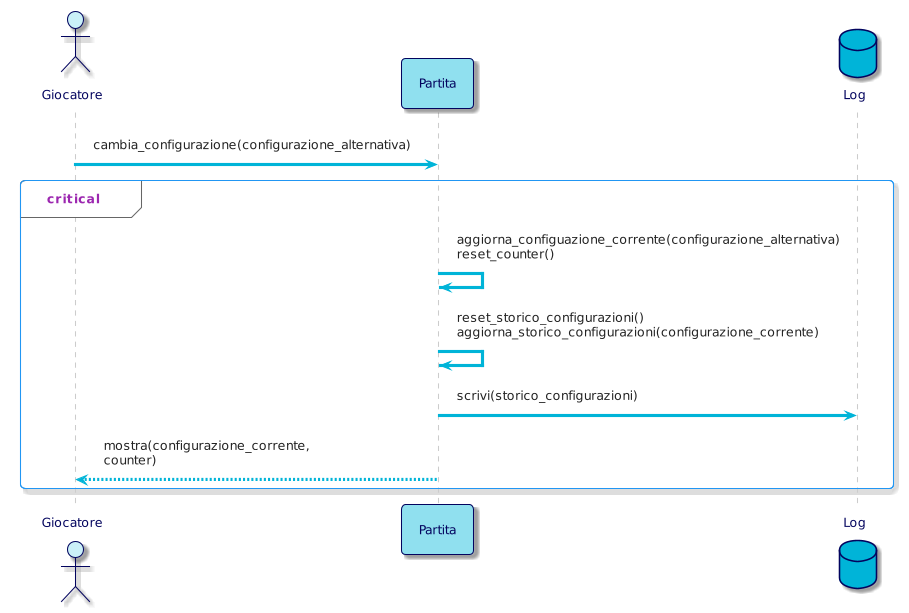
bellins14/klotski_gruppo2 keeps this PlantUML diagram as resources/img/diagrams/InternalSequenceDiagram3.png. Above is the earlier version. The source it was exported from:
```plantuml
@startuml
!theme materia-outline

skinparam ArrowColor #00B4D8
skinparam ActorBorderColor #03045E
skinparam ActorFontColor #03045E
skinparam ActorBackgroundColor #CAF0F8
skinparam ParticipantFontColor #03045E
skinparam ParticipantBorderColor #03045E
skinparam ParticipantBackgroundColor #90E0EF
skinparam DatabaseBorderColor #03045E
skinparam DatabaseBackgroundColor #00B4D8
skinparam DatabaseFontColor #03045E

actor Giocatore
participant Partita
database Log

Giocatore -> Partita: cambia_configurazione(configurazione_alternativa)

critical
  Partita -> Partita: aggiorna_configuazione_corrente(configurazione_alternativa)\nreset_counter()
  Partita -> Partita: reset_storico_configurazioni() \naggiorna_storico_configurazioni(configurazione_corrente)
  Partita -> Log: scrivi(storico_configurazioni)


  Partita-->Giocatore: mostra(configurazione_corrente,\ncounter)
end
@enduml
```
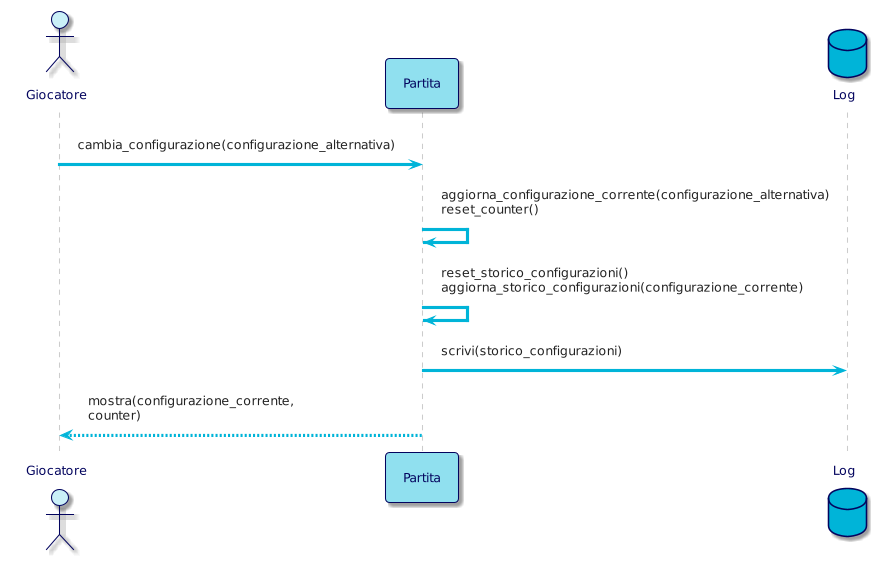
The same diagram one commit later.

Diff of the diagram source:
```diff
@@ -18,12 +18,11 @@
 
 Giocatore -> Partita: cambia_configurazione(configurazione_alternativa)
 
-critical
-  Partita -> Partita: aggiorna_configuazione_corrente(configurazione_alternativa)\nreset_counter()
-  Partita -> Partita: reset_storico_configurazioni() \naggiorna_storico_configurazioni(configurazione_corrente)
-  Partita -> Log: scrivi(storico_configurazioni)
+
+Partita -> Partita: aggiorna_configurazione_corrente(configurazione_alternativa)\nreset_counter()
+Partita -> Partita: reset_storico_configurazioni() \naggiorna_storico_configurazioni(configurazione_corrente)
+Partita -> Log: scrivi(storico_configurazioni)
 
 
-  Partita-->Giocatore: mostra(configurazione_corrente,\ncounter)
-end
+Partita-->Giocatore: mostra(configurazione_corrente,\ncounter)
 @enduml
```
